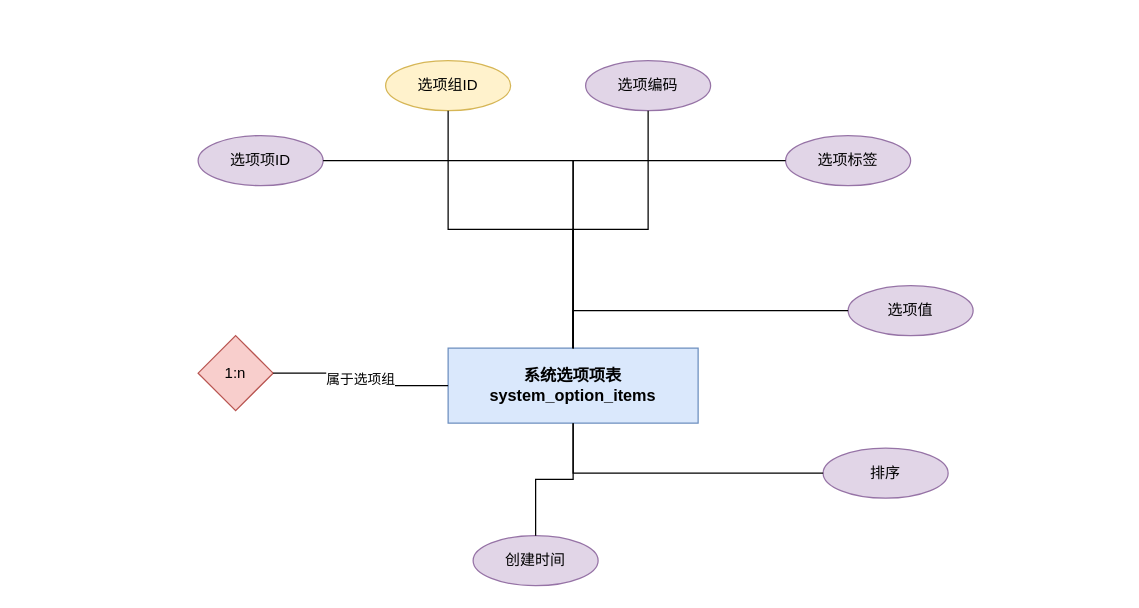
Earlier version of the draw.io diagram DOCS/architecture-diagrams/sources/系统选项项表.drawio (612cs/TrailQuest). Source tidied: cells renumbered, new cells numbered last; positions are measured from the earlier drawing's top-left corner, leaving out a move shared by most shapes. Both pictures are drawn from the tidied source at 125%, with x=0, y=0 at pixel (198, 60).
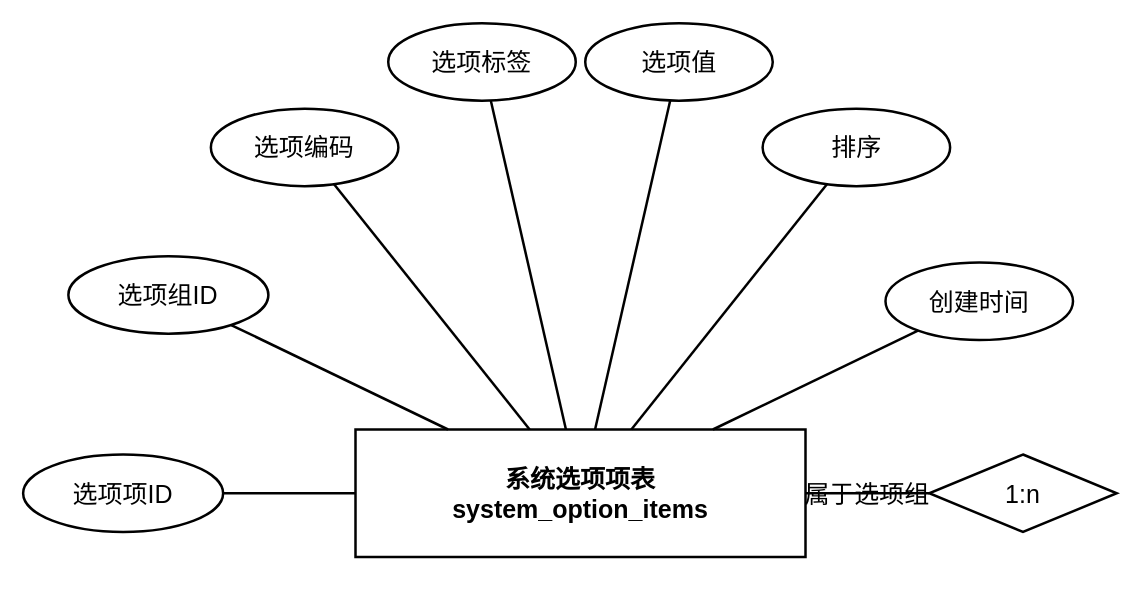
The same diagram, later.

Change to the diagram source:
```diff
@@
 <mxGraphModel>
   <root>
     <mxCell id="0" />
     <mxCell id="1" parent="0" />
-    <mxCell id="2" value="系统选项项表&#10;system_option_items" style="rounded=0;whiteSpace=wrap;html=1;fillColor=#dae8fc;strokeColor=#6c8ebf;fontSize=13;fontStyle=1;" parent="1" vertex="1">
-      <mxGeometry x="200" y="230" width="200" height="60" as="geometry" />
+    <mxCell id="2" value="系统选项项表&#10;system_option_items" style="rounded=0;whiteSpace=wrap;html=1;fillColor=none;strokeColor=#000000;fontSize=20;fontStyle=1;gradientColor=none;fontColor=#000000;strokeWidth=2;shadow=0;glass=0;" parent="1" vertex="1">
+      <mxGeometry x="125.9" y="295.1" width="360" height="102" as="geometry" />
     </mxCell>
-    <mxCell id="3" value="选项项ID" style="ellipse;whiteSpace=wrap;html=1;fillColor=#e1d5e7;strokeColor=#9673a6;" parent="1" vertex="1">
-      <mxGeometry y="60" width="100" height="40" as="geometry" />
+    <mxCell id="3" value="选项项ID" style="ellipse;whiteSpace=wrap;html=1;fillColor=none;strokeColor=#000000;gradientColor=none;fontColor=#000000;fontSize=20;strokeWidth=2;shadow=0;glass=0;" parent="1" vertex="1">
+      <mxGeometry x="-140" y="315.1" width="160" height="62" as="geometry" />
     </mxCell>
-    <mxCell id="4" style="edgeStyle=orthogonalEdgeStyle;rounded=0;jettySize=auto;html=1;endArrow=none;endFill=0;" parent="1" edge="1" source="3" target="2">
+    <mxCell id="4" style="rounded=0;html=1;endArrow=none;endFill=0;strokeColor=#000000;strokeWidth=2;" parent="1" edge="1" source="3" target="2">
       <mxGeometry relative="1" as="geometry" />
     </mxCell>
-    <mxCell id="5" value="选项组ID" style="ellipse;whiteSpace=wrap;html=1;fillColor=#fff2cc;strokeColor=#d6b656;" parent="1" vertex="1">
-      <mxGeometry x="150" width="100" height="40" as="geometry" />
+    <mxCell id="5" value="选项组ID" style="ellipse;whiteSpace=wrap;html=1;fillColor=none;strokeColor=#000000;gradientColor=none;fontColor=#000000;fontSize=20;strokeWidth=2;shadow=0;glass=0;" parent="1" vertex="1">
+      <mxGeometry x="-103.8" y="156.4" width="160" height="62" as="geometry" />
     </mxCell>
-    <mxCell id="6" style="edgeStyle=orthogonalEdgeStyle;rounded=0;jettySize=auto;html=1;endArrow=none;endFill=0;" parent="1" edge="1" source="5" target="2">
+    <mxCell id="6" style="rounded=0;html=1;endArrow=none;endFill=0;strokeColor=#000000;strokeWidth=2;" parent="1" edge="1" source="5" target="2">
       <mxGeometry relative="1" as="geometry" />
     </mxCell>
-    <mxCell id="7" value="选项编码" style="ellipse;whiteSpace=wrap;html=1;fillColor=#e1d5e7;strokeColor=#9673a6;" parent="1" vertex="1">
-      <mxGeometry x="310" width="100" height="40" as="geometry" />
+    <mxCell id="7" value="选项编码" style="ellipse;whiteSpace=wrap;html=1;fillColor=none;strokeColor=#000000;gradientColor=none;fontColor=#000000;fontSize=20;strokeWidth=2;shadow=0;glass=0;" parent="1" vertex="1">
+      <mxGeometry x="10.2" y="38.4" width="150" height="62" as="geometry" />
     </mxCell>
-    <mxCell id="8" style="edgeStyle=orthogonalEdgeStyle;rounded=0;jettySize=auto;html=1;endArrow=none;endFill=0;" parent="1" edge="1" source="7" target="2">
+    <mxCell id="8" style="rounded=0;html=1;endArrow=none;endFill=0;strokeColor=#000000;strokeWidth=2;" parent="1" edge="1" source="7" target="2">
       <mxGeometry relative="1" as="geometry" />
     </mxCell>
-    <mxCell id="9" value="选项标签" style="ellipse;whiteSpace=wrap;html=1;fillColor=#e1d5e7;strokeColor=#9673a6;" parent="1" vertex="1">
-      <mxGeometry x="470" y="60" width="100" height="40" as="geometry" />
+    <mxCell id="9" value="选项标签" style="ellipse;whiteSpace=wrap;html=1;fillColor=none;strokeColor=#000000;gradientColor=none;fontColor=#000000;fontSize=20;strokeWidth=2;shadow=0;glass=0;" parent="1" vertex="1">
+      <mxGeometry x="152.1" y="-30" width="150" height="62" as="geometry" />
     </mxCell>
-    <mxCell id="10" style="edgeStyle=orthogonalEdgeStyle;rounded=0;jettySize=auto;html=1;endArrow=none;endFill=0;" parent="1" edge="1" source="9" target="2">
+    <mxCell id="10" style="rounded=0;html=1;endArrow=none;endFill=0;strokeColor=#000000;strokeWidth=2;" parent="1" edge="1" source="9" target="2">
       <mxGeometry relative="1" as="geometry" />
     </mxCell>
-    <mxCell id="11" value="选项值" style="ellipse;whiteSpace=wrap;html=1;fillColor=#e1d5e7;strokeColor=#9673a6;" parent="1" vertex="1">
-      <mxGeometry x="520" y="180" width="100" height="40" as="geometry" />
+    <mxCell id="11" value="选项值" style="ellipse;whiteSpace=wrap;html=1;fillColor=none;strokeColor=#000000;gradientColor=none;fontColor=#000000;fontSize=20;strokeWidth=2;shadow=0;glass=0;" parent="1" vertex="1">
+      <mxGeometry x="309.7" y="-30" width="150" height="62" as="geometry" />
     </mxCell>
-    <mxCell id="12" style="edgeStyle=orthogonalEdgeStyle;rounded=0;jettySize=auto;html=1;endArrow=none;endFill=0;" parent="1" edge="1" source="11" target="2">
+    <mxCell id="12" style="rounded=0;html=1;endArrow=none;endFill=0;strokeColor=#000000;strokeWidth=2;" parent="1" edge="1" source="11" target="2">
       <mxGeometry relative="1" as="geometry" />
     </mxCell>
-    <mxCell id="13" value="排序" style="ellipse;whiteSpace=wrap;html=1;fillColor=#e1d5e7;strokeColor=#9673a6;" parent="1" vertex="1">
-      <mxGeometry x="500" y="310" width="100" height="40" as="geometry" />
+    <mxCell id="13" value="排序" style="ellipse;whiteSpace=wrap;html=1;fillColor=none;strokeColor=#000000;gradientColor=none;fontColor=#000000;fontSize=20;strokeWidth=2;shadow=0;glass=0;" parent="1" vertex="1">
+      <mxGeometry x="451.6" y="38.4" width="150" height="62" as="geometry" />
     </mxCell>
-    <mxCell id="14" style="edgeStyle=orthogonalEdgeStyle;rounded=0;jettySize=auto;html=1;endArrow=none;endFill=0;" parent="1" edge="1" source="13" target="2">
+    <mxCell id="14" style="rounded=0;html=1;endArrow=none;endFill=0;strokeColor=#000000;strokeWidth=2;" parent="1" edge="1" source="13" target="2">
       <mxGeometry relative="1" as="geometry" />
     </mxCell>
-    <mxCell id="15" value="创建时间" style="ellipse;whiteSpace=wrap;html=1;fillColor=#e1d5e7;strokeColor=#9673a6;" parent="1" vertex="1">
-      <mxGeometry x="220" y="380" width="100" height="40" as="geometry" />
+    <mxCell id="15" value="创建时间" style="ellipse;whiteSpace=wrap;html=1;fillColor=none;strokeColor=#000000;gradientColor=none;fontColor=#000000;fontSize=20;strokeWidth=2;shadow=0;glass=0;" parent="1" vertex="1">
+      <mxGeometry x="549.9" y="161.5" width="150" height="62" as="geometry" />
     </mxCell>
-    <mxCell id="16" style="edgeStyle=orthogonalEdgeStyle;rounded=0;jettySize=auto;html=1;endArrow=none;endFill=0;" parent="1" edge="1" source="15" target="2">
+    <mxCell id="16" style="rounded=0;html=1;endArrow=none;endFill=0;strokeColor=#000000;strokeWidth=2;" parent="1" edge="1" source="15" target="2">
       <mxGeometry relative="1" as="geometry" />
     </mxCell>
-    <mxCell id="17" value="1:n" style="rhombus;whiteSpace=wrap;html=1;fillColor=#f8cecc;strokeColor=#b85450;fontSize=12;" parent="1" vertex="1">
-      <mxGeometry y="220" width="60" height="60" as="geometry" />
+    <mxCell id="17" value="1:n" style="rhombus;whiteSpace=wrap;html=1;fillColor=none;strokeColor=#000000;fontSize=20;gradientColor=none;fontColor=#000000;strokeWidth=2;shadow=0;glass=0;" parent="1" vertex="1">
+      <mxGeometry x="584.9" y="315.1" width="150" height="62" as="geometry" />
     </mxCell>
-    <mxCell id="18" value="属于选项组" style="edgeStyle=orthogonalEdgeStyle;rounded=0;jettySize=auto;html=1;endArrow=none;endFill=0;" parent="1" edge="1" source="17" target="2">
+    <mxCell id="18" value="属于选项组" style="rounded=0;html=1;endArrow=none;endFill=0;strokeColor=#000000;strokeWidth=2;fontSize=20;fontColor=#000000;fontFamily=Arial;labelBackgroundColor=none;fillColor=none;gradientColor=none;shadow=0;" parent="1" edge="1" source="17" target="2">
       <mxGeometry relative="1" as="geometry" />
     </mxCell>
   </root>
 </mxGraphModel>
```
